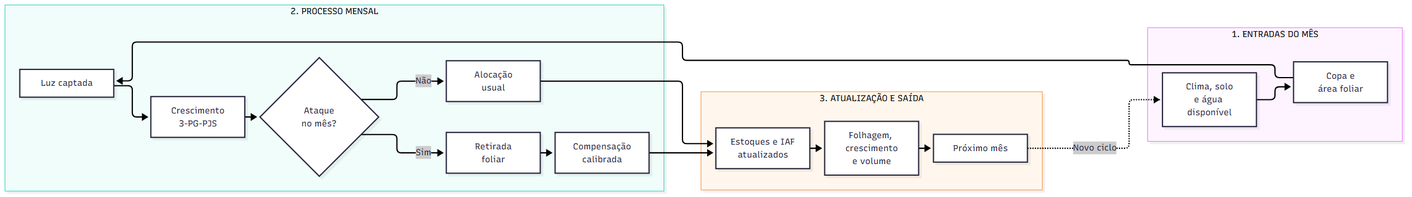
Earlier version of the Mermaid export handoff_claude/diagramas/02-ciclo-mensal.png (beteixeira135-cmyk/Akademia). Its source is kept beside it as handoff_claude/diagramas/02-ciclo-mensal.mmd.
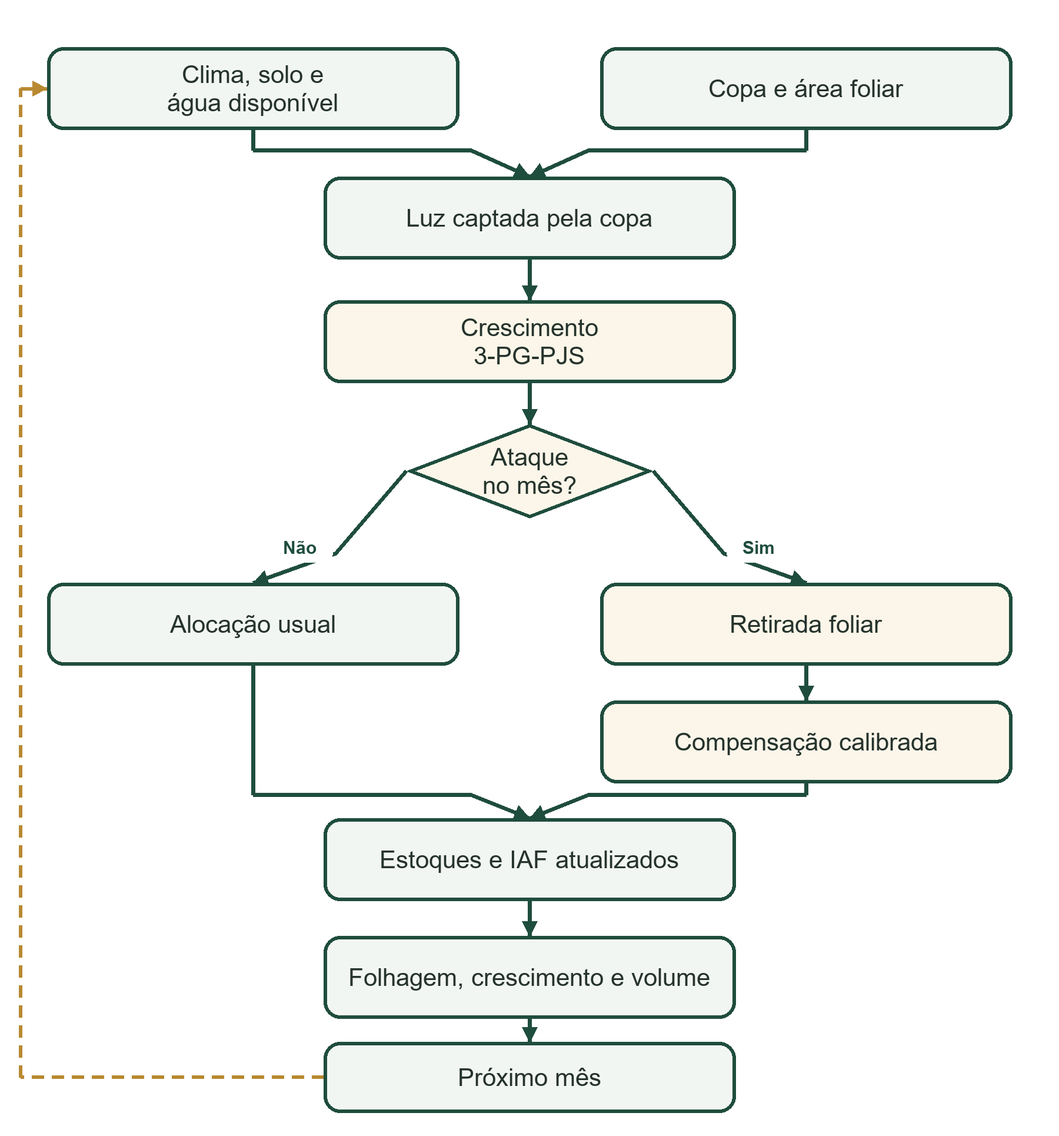
Later version of the same file.

Diff of the diagram source:
```diff
@@ -1,31 +1,13 @@
-flowchart LR
-    subgraph E["1. ENTRADAS DO MÊS"]
-        direction LR
-        A["Clima, solo<br/>e água disponível"]
-        B["Copa e<br/>área foliar"]
-        A --> B
-    end
-
-    subgraph P["2. PROCESSO MENSAL"]
-        direction LR
-        C["Luz captada"]
-        D["Crescimento<br/>3-PG-PJS"]
-        D1{"Ataque<br/>no mês?"}
-        C --> D --> D1
-        D1 -->|Não| E1["Alocação<br/>usual"]
-        D1 -->|Sim| F["Retirada<br/>foliar"]
-        F --> G["Compensação<br/>calibrada"]
-    end
-
-    subgraph S["3. ATUALIZAÇÃO E SAÍDA"]
-        direction LR
-        H["Estoques e IAF<br/>atualizados"]
-        I["Folhagem, crescimento<br/>e volume"]
-        J["Próximo mês"]
-        E1 --> H
-        G --> H
-        H --> I --> J
-    end
-
-    B --> C
+flowchart TB
+    A["Clima, solo e<br/>água disponível"] --> C["Luz captada pela copa"]
+    B["Copa e área foliar"] --> C
+    C --> D["Crescimento<br/>3-PG-PJS"]
+    D --> Q{"Ataque<br/>no mês?"}
+    Q -->|Não|     E["Alocação usual"]
+    Q -->|Sim| F["Retirada foliar"]
+    F --> G["Compensação calibrada"]
+    E --> H["Estoques e IAF atualizados"]
+    G --> H
+    H --> I["Folhagem, crescimento<br/>e volume"]
+    I --> J["Próximo mês"]
     J -.->|"Novo ciclo"| A
```
